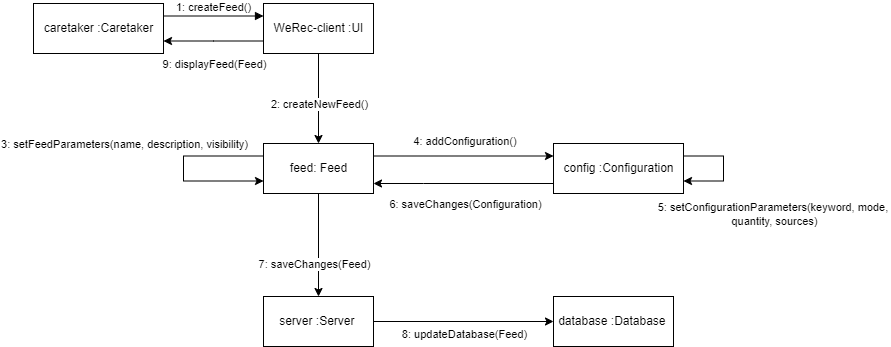
Earlier version of the draw.io export systemAnalysis/task6/cooperationDiagramCreateFeed.png (hse-wasd-team/werec). Source tidied: cells renumbered, new cells last; positions are measured from the earlier drawing's top-left corner, leaving out a move shared by most shapes. Its diagram source:
```xml
<mxGraphModel>
  <root>
    <mxCell id="0" />
    <mxCell id="1" parent="0" />
    <mxCell id="2" value="caretaker :Caretaker" style="html=1;fontColor=#000000;" parent="1" vertex="1">
      <mxGeometry width="130" height="50" as="geometry" />
    </mxCell>
    <mxCell id="3" style="edgeStyle=orthogonalEdgeStyle;rounded=0;jettySize=auto;html=1;fontColor=#000000;exitX=0.5;exitY=1;exitDx=0;exitDy=0;" parent="1" edge="1" source="7" target="10">
      <mxGeometry relative="1" as="geometry">
        <Array as="points">
          <mxPoint x="285" y="100" />
          <mxPoint x="285" y="100" />
        </Array>
      </mxGeometry>
    </mxCell>
    <mxCell id="4" value="2: createNewFeed()" style="edgeLabel;html=1;align=center;verticalAlign=middle;fontColor=#000000;" parent="3" vertex="1">
      <mxGeometry x="0.43" y="-1" relative="1" as="geometry">
        <mxPoint x="1" y="-15" as="offset" />
      </mxGeometry>
    </mxCell>
    <mxCell id="5" style="edgeStyle=orthogonalEdgeStyle;rounded=0;jettySize=auto;html=1;entryX=1;entryY=0.75;entryDx=0;entryDy=0;fontColor=#000000;" parent="1" edge="1" source="7" target="2">
      <mxGeometry relative="1" as="geometry">
        <Array as="points">
          <mxPoint x="180" y="38" />
        </Array>
      </mxGeometry>
    </mxCell>
    <mxCell id="6" value="9: displayFeed(Feed)" style="edgeLabel;html=1;align=center;verticalAlign=middle;points=[];fontColor=#000000;" parent="5" vertex="1">
      <mxGeometry x="-0.26" y="3" relative="1" as="geometry">
        <mxPoint x="-13" y="20" as="offset" />
      </mxGeometry>
    </mxCell>
    <mxCell id="7" value="WeRec-client :UI" style="html=1;fontColor=#000000;strokeColor=#000000;" parent="1" vertex="1">
      <mxGeometry x="230" width="110" height="50" as="geometry" />
    </mxCell>
    <mxCell id="8" style="edgeStyle=orthogonalEdgeStyle;rounded=0;jettySize=auto;html=1;entryX=0;entryY=0.25;entryDx=0;entryDy=0;fontColor=#000000;exitX=1;exitY=0.25;exitDx=0;exitDy=0;" parent="1" edge="1" source="10" target="14">
      <mxGeometry relative="1" as="geometry" />
    </mxCell>
    <mxCell id="9" value="4: addConfiguration()&amp;nbsp;" style="edgeLabel;html=1;align=center;verticalAlign=middle;points=[];fontColor=#000000;" parent="8" vertex="1">
      <mxGeometry x="0.3" relative="1" as="geometry">
        <mxPoint x="-25" y="-15" as="offset" />
      </mxGeometry>
    </mxCell>
    <mxCell id="10" value="feed: Feed" style="html=1;fontColor=#000000;" parent="1" vertex="1">
      <mxGeometry x="230" y="140" width="110" height="50" as="geometry" />
    </mxCell>
    <mxCell id="11" value="1: createFeed()" style="html=1;verticalAlign=bottom;endArrow=block;rounded=0;fontColor=#000000;exitX=1;exitY=0.25;exitDx=0;exitDy=0;entryX=0;entryY=0.25;entryDx=0;entryDy=0;" parent="1" edge="1" source="2" target="7">
      <mxGeometry relative="1" as="geometry" />
    </mxCell>
    <mxCell id="12" style="edgeStyle=orthogonalEdgeStyle;rounded=0;jettySize=auto;html=1;fontColor=#000000;" parent="1" edge="1" source="14" target="10">
      <mxGeometry relative="1" as="geometry">
        <Array as="points">
          <mxPoint x="390" y="180" />
          <mxPoint x="390" y="180" />
        </Array>
      </mxGeometry>
    </mxCell>
    <mxCell id="13" value="6: saveChanges(Configuration)" style="edgeLabel;html=1;align=center;verticalAlign=middle;fontColor=#000000;" parent="12" vertex="1">
      <mxGeometry x="0.19" y="1" relative="1" as="geometry">
        <mxPoint x="18" y="19" as="offset" />
      </mxGeometry>
    </mxCell>
    <mxCell id="14" value="config :Configuration" style="html=1;fontColor=#000000;" parent="1" vertex="1">
      <mxGeometry x="520" y="140" width="130" height="50" as="geometry" />
    </mxCell>
    <mxCell id="15" style="edgeStyle=orthogonalEdgeStyle;rounded=0;orthogonalLoop=1;jettySize=auto;html=1;entryX=0;entryY=0.75;entryDx=0;entryDy=0;fontColor=#000000;exitX=0;exitY=0.25;exitDx=0;exitDy=0;" parent="1" edge="1" source="10" target="10">
      <mxGeometry relative="1" as="geometry">
        <Array as="points">
          <mxPoint x="150" y="153" />
          <mxPoint x="150" y="178" />
        </Array>
      </mxGeometry>
    </mxCell>
    <mxCell id="16" value="3: setFeedParameters(name, description, visibility)" style="edgeLabel;html=1;align=center;verticalAlign=middle;fontColor=#000000;" parent="15" vertex="1">
      <mxGeometry x="-0.26" y="-1" relative="1" as="geometry">
        <mxPoint x="-71" y="-11" as="offset" />
      </mxGeometry>
    </mxCell>
    <mxCell id="17" style="edgeStyle=orthogonalEdgeStyle;rounded=0;orthogonalLoop=1;jettySize=auto;html=1;entryX=1;entryY=0.75;entryDx=0;entryDy=0;fontColor=#000000;exitX=1;exitY=0.25;exitDx=0;exitDy=0;" parent="1" edge="1" source="14" target="14">
      <mxGeometry relative="1" as="geometry">
        <Array as="points">
          <mxPoint x="690" y="153" />
          <mxPoint x="690" y="178" />
        </Array>
      </mxGeometry>
    </mxCell>
    <mxCell id="18" value="5: setConfigurationParameters(keyword, mode, &lt;br&gt;quantity, sources)" style="edgeLabel;html=1;align=center;verticalAlign=middle;fontColor=#000000;" parent="17" vertex="1">
      <mxGeometry x="-0.26" y="-1" relative="1" as="geometry">
        <mxPoint x="51" y="57" as="offset" />
      </mxGeometry>
    </mxCell>
    <mxCell id="19" style="edgeStyle=orthogonalEdgeStyle;rounded=0;jettySize=auto;html=1;entryX=0.5;entryY=0;entryDx=0;entryDy=0;fontColor=#000000;" parent="1" edge="1" target="23">
      <mxGeometry relative="1" as="geometry">
        <mxPoint x="285" y="190" as="sourcePoint" />
      </mxGeometry>
    </mxCell>
    <mxCell id="20" value="7: saveChanges(Feed)" style="edgeLabel;html=1;align=center;verticalAlign=middle;fontColor=#000000;" parent="19" vertex="1">
      <mxGeometry x="-0.26" y="-1" relative="1" as="geometry">
        <mxPoint x="-4" y="32" as="offset" />
      </mxGeometry>
    </mxCell>
    <mxCell id="21" style="edgeStyle=orthogonalEdgeStyle;rounded=0;jettySize=auto;html=1;entryX=0;entryY=0.5;entryDx=0;entryDy=0;fontColor=#000000;" parent="1" edge="1" source="23" target="24">
      <mxGeometry relative="1" as="geometry" />
    </mxCell>
    <mxCell id="22" value="8: updateDatabase(Feed)" style="edgeLabel;html=1;align=center;verticalAlign=middle;fontColor=#000000;" parent="21" vertex="1">
      <mxGeometry x="-0.32" y="2" relative="1" as="geometry">
        <mxPoint x="29" y="14" as="offset" />
      </mxGeometry>
    </mxCell>
    <mxCell id="23" value="server :Server&amp;nbsp;" style="html=1;fontColor=#000000;strokeColor=#000000;" parent="1" vertex="1">
      <mxGeometry x="230" y="293" width="110" height="50" as="geometry" />
    </mxCell>
    <mxCell id="24" value="database :Database&amp;nbsp;" style="html=1;fontColor=#000000;strokeColor=#000000;" parent="1" vertex="1">
      <mxGeometry x="520" y="293" width="120" height="50" as="geometry" />
    </mxCell>
  </root>
</mxGraphModel>
```
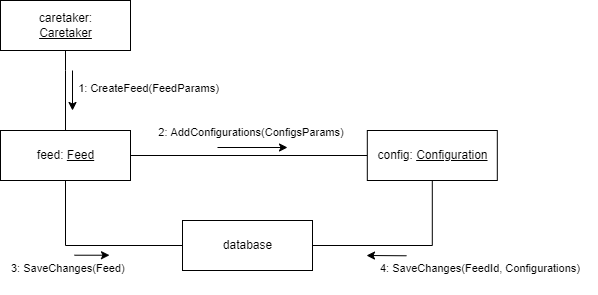
Above is the later version.

Commit message:
Upload updated diagrams for task6

The edit, as a diff of the source:
```diff
@@ -2,116 +2,78 @@
   <root>
     <mxCell id="0" />
     <mxCell id="1" parent="0" />
-    <mxCell id="2" value="caretaker :Caretaker" style="html=1;fontColor=#000000;" parent="1" vertex="1">
-      <mxGeometry width="130" height="50" as="geometry" />
+    <mxCell id="2" value="caretaker:&lt;br&gt;&lt;u&gt;Caretaker&lt;/u&gt;" style="html=1;fontColor=#000000;" parent="1" vertex="1">
+      <mxGeometry x="2230" y="10" width="130" height="50" as="geometry" />
     </mxCell>
-    <mxCell id="3" style="edgeStyle=orthogonalEdgeStyle;rounded=0;jettySize=auto;html=1;fontColor=#000000;exitX=0.5;exitY=1;exitDx=0;exitDy=0;" parent="1" edge="1" source="7" target="10">
+    <mxCell id="3" style="edgeStyle=orthogonalEdgeStyle;rounded=0;jettySize=auto;html=1;fontColor=#000000;exitX=0.5;exitY=1;exitDx=0;exitDy=0;endArrow=none;endFill=0;" parent="1" edge="1" source="2" target="6">
       <mxGeometry relative="1" as="geometry">
         <Array as="points">
-          <mxPoint x="285" y="100" />
-          <mxPoint x="285" y="100" />
+          <mxPoint x="2295" y="80" />
+          <mxPoint x="2295" y="80" />
         </Array>
       </mxGeometry>
     </mxCell>
-    <mxCell id="4" value="2: createNewFeed()" style="edgeLabel;html=1;align=center;verticalAlign=middle;fontColor=#000000;" parent="3" vertex="1">
-      <mxGeometry x="0.43" y="-1" relative="1" as="geometry">
-        <mxPoint x="1" y="-15" as="offset" />
-      </mxGeometry>
+    <mxCell id="4" style="edgeStyle=orthogonalEdgeStyle;rounded=0;jettySize=auto;html=1;entryX=0;entryY=0.5;entryDx=0;entryDy=0;endArrow=none;endFill=0;exitX=1;exitY=0.5;exitDx=0;exitDy=0;" parent="1" edge="1" source="6" target="8">
+      <mxGeometry relative="1" as="geometry" />
     </mxCell>
-    <mxCell id="5" style="edgeStyle=orthogonalEdgeStyle;rounded=0;jettySize=auto;html=1;entryX=1;entryY=0.75;entryDx=0;entryDy=0;fontColor=#000000;" parent="1" edge="1" source="7" target="2">
+    <mxCell id="5" style="edgeStyle=orthogonalEdgeStyle;rounded=0;jettySize=auto;html=1;entryX=0;entryY=0.5;entryDx=0;entryDy=0;endArrow=none;endFill=0;" parent="1" edge="1" source="6" target="9">
       <mxGeometry relative="1" as="geometry">
         <Array as="points">
-          <mxPoint x="180" y="38" />
+          <mxPoint x="2295" y="255" />
         </Array>
       </mxGeometry>
     </mxCell>
-    <mxCell id="6" value="9: displayFeed(Feed)" style="edgeLabel;html=1;align=center;verticalAlign=middle;points=[];fontColor=#000000;" parent="5" vertex="1">
-      <mxGeometry x="-0.26" y="3" relative="1" as="geometry">
-        <mxPoint x="-13" y="20" as="offset" />
-      </mxGeometry>
+    <mxCell id="6" value="feed: &lt;u&gt;Feed&lt;/u&gt;" style="html=1;fontColor=#000000;" parent="1" vertex="1">
+      <mxGeometry x="2230" y="140" width="130" height="50" as="geometry" />
     </mxCell>
-    <mxCell id="7" value="WeRec-client :UI" style="html=1;fontColor=#000000;strokeColor=#000000;" parent="1" vertex="1">
-      <mxGeometry x="230" width="110" height="50" as="geometry" />
+    <mxCell id="7" style="edgeStyle=orthogonalEdgeStyle;rounded=0;jettySize=auto;html=1;entryX=1;entryY=0.5;entryDx=0;entryDy=0;endArrow=none;endFill=0;" parent="1" edge="1" source="8" target="9">
+      <mxGeometry relative="1" as="geometry">
+        <Array as="points">
+          <mxPoint x="2661.8" y="255" />
+        </Array>
+      </mxGeometry>
     </mxCell>
-    <mxCell id="8" style="edgeStyle=orthogonalEdgeStyle;rounded=0;jettySize=auto;html=1;entryX=0;entryY=0.25;entryDx=0;entryDy=0;fontColor=#000000;exitX=1;exitY=0.25;exitDx=0;exitDy=0;" parent="1" edge="1" source="10" target="14">
-      <mxGeometry relative="1" as="geometry" />
+    <mxCell id="8" value="config: &lt;u&gt;Configuration&lt;/u&gt;" style="html=1;fontColor=#000000;" parent="1" vertex="1">
+      <mxGeometry x="2596.8" y="140" width="130" height="50" as="geometry" />
     </mxCell>
-    <mxCell id="9" value="4: addConfiguration()&amp;nbsp;" style="edgeLabel;html=1;align=center;verticalAlign=middle;points=[];fontColor=#000000;" parent="8" vertex="1">
-      <mxGeometry x="0.3" relative="1" as="geometry">
-        <mxPoint x="-25" y="-15" as="offset" />
-      </mxGeometry>
+    <mxCell id="9" value="database" style="html=1;fontColor=#000000;strokeColor=#000000;" parent="1" vertex="1">
+      <mxGeometry x="2412" y="230" width="130" height="50" as="geometry" />
     </mxCell>
-    <mxCell id="10" value="feed: Feed" style="html=1;fontColor=#000000;" parent="1" vertex="1">
-      <mxGeometry x="230" y="140" width="110" height="50" as="geometry" />
+    <mxCell id="10" value="1: CreateFeed(FeedParams)" style="edgeLabel;html=1;align=center;verticalAlign=middle;points=[];fontColor=#000000;" parent="1" vertex="1">
+      <mxGeometry x="2377" y="98" as="geometry" />
     </mxCell>
-    <mxCell id="11" value="1: createFeed()" style="html=1;verticalAlign=bottom;endArrow=block;rounded=0;fontColor=#000000;exitX=1;exitY=0.25;exitDx=0;exitDy=0;entryX=0;entryY=0.25;entryDx=0;entryDy=0;" parent="1" edge="1" source="2" target="7">
-      <mxGeometry relative="1" as="geometry" />
+    <mxCell id="11" style="endArrow=classic;html=1;rounded=0;" parent="1" edge="1">
+      <mxGeometry relative="1" as="geometry">
+        <mxPoint x="2302" y="80" as="sourcePoint" />
+        <mxPoint x="2302" y="120" as="targetPoint" />
+      </mxGeometry>
     </mxCell>
-    <mxCell id="12" style="edgeStyle=orthogonalEdgeStyle;rounded=0;jettySize=auto;html=1;fontColor=#000000;" parent="1" edge="1" source="14" target="10">
-      <mxGeometry relative="1" as="geometry">
-        <Array as="points">
-          <mxPoint x="390" y="180" />
-          <mxPoint x="390" y="180" />
-        </Array>
-      </mxGeometry>
+    <mxCell id="12" value="&lt;span style=&quot;font-size: 11px; background-color: rgb(255, 255, 255);&quot;&gt;2: AddConfigurations(ConfigsParams)&amp;nbsp;&lt;/span&gt;" style="text;html=1;align=center;verticalAlign=middle;strokeColor=none;fillColor=none;" parent="1" vertex="1">
+      <mxGeometry x="2377" y="127" width="210" height="30" as="geometry" />
     </mxCell>
-    <mxCell id="13" value="6: saveChanges(Configuration)" style="edgeLabel;html=1;align=center;verticalAlign=middle;fontColor=#000000;" parent="12" vertex="1">
-      <mxGeometry x="0.19" y="1" relative="1" as="geometry">
-        <mxPoint x="18" y="19" as="offset" />
-      </mxGeometry>
+    <mxCell id="13" value="&lt;span style=&quot;color: rgb(0, 0, 0); font-family: Helvetica; font-size: 11px; font-style: normal; font-variant-ligatures: normal; font-variant-caps: normal; font-weight: 400; letter-spacing: normal; orphans: 2; text-align: center; text-indent: 0px; text-transform: none; widows: 2; word-spacing: 0px; -webkit-text-stroke-width: 0px; background-color: rgb(255, 255, 255); text-decoration-thickness: initial; text-decoration-style: initial; text-decoration-color: initial; float: none; display: inline !important;&quot;&gt;3: SaveChanges(Feed)&lt;/span&gt;" style="text;whiteSpace=wrap;html=1;" parent="1" vertex="1">
+      <mxGeometry x="2239" y="264" width="150" height="40" as="geometry" />
     </mxCell>
-    <mxCell id="14" value="config :Configuration" style="html=1;fontColor=#000000;" parent="1" vertex="1">
-      <mxGeometry x="520" y="140" width="130" height="50" as="geometry" />
+    <mxCell id="14" style="endArrow=classic;html=1;rounded=0;" parent="1" edge="1">
+      <mxGeometry relative="1" as="geometry">
+        <mxPoint x="2447" y="157" as="sourcePoint" />
+        <mxPoint x="2517" y="157" as="targetPoint" />
+      </mxGeometry>
     </mxCell>
-    <mxCell id="15" style="edgeStyle=orthogonalEdgeStyle;rounded=0;orthogonalLoop=1;jettySize=auto;html=1;entryX=0;entryY=0.75;entryDx=0;entryDy=0;fontColor=#000000;exitX=0;exitY=0.25;exitDx=0;exitDy=0;" parent="1" edge="1" source="10" target="10">
+    <mxCell id="15" style="endArrow=classic;html=1;rounded=0;" parent="1" edge="1">
       <mxGeometry relative="1" as="geometry">
-        <Array as="points">
-          <mxPoint x="150" y="153" />
-          <mxPoint x="150" y="178" />
-        </Array>
+        <mxPoint x="2304" y="264.7" as="sourcePoint" />
+        <mxPoint x="2339" y="264.7" as="targetPoint" />
       </mxGeometry>
     </mxCell>
-    <mxCell id="16" value="3: setFeedParameters(name, description, visibility)" style="edgeLabel;html=1;align=center;verticalAlign=middle;fontColor=#000000;" parent="15" vertex="1">
-      <mxGeometry x="-0.26" y="-1" relative="1" as="geometry">
-        <mxPoint x="-71" y="-11" as="offset" />
-      </mxGeometry>
+    <mxCell id="16" value="&lt;span style=&quot;color: rgb(0, 0, 0); font-family: Helvetica; font-size: 11px; font-style: normal; font-variant-ligatures: normal; font-variant-caps: normal; font-weight: 400; letter-spacing: normal; orphans: 2; text-align: center; text-indent: 0px; text-transform: none; widows: 2; word-spacing: 0px; -webkit-text-stroke-width: 0px; background-color: rgb(255, 255, 255); text-decoration-thickness: initial; text-decoration-style: initial; text-decoration-color: initial; float: none; display: inline !important;&quot;&gt;4: SaveChanges(FeedId, Configurations)&lt;/span&gt;" style="text;whiteSpace=wrap;html=1;" parent="1" vertex="1">
+      <mxGeometry x="2608" y="264" width="219" height="40" as="geometry" />
     </mxCell>
-    <mxCell id="17" style="edgeStyle=orthogonalEdgeStyle;rounded=0;orthogonalLoop=1;jettySize=auto;html=1;entryX=1;entryY=0.75;entryDx=0;entryDy=0;fontColor=#000000;exitX=1;exitY=0.25;exitDx=0;exitDy=0;" parent="1" edge="1" source="14" target="14">
+    <mxCell id="17" style="endArrow=classic;html=1;rounded=0;" parent="1" edge="1">
       <mxGeometry relative="1" as="geometry">
-        <Array as="points">
-          <mxPoint x="690" y="153" />
-          <mxPoint x="690" y="178" />
-        </Array>
+        <mxPoint x="2636" y="265.3" as="sourcePoint" />
+        <mxPoint x="2596" y="265" as="targetPoint" />
       </mxGeometry>
     </mxCell>
-    <mxCell id="18" value="5: setConfigurationParameters(keyword, mode, &lt;br&gt;quantity, sources)" style="edgeLabel;html=1;align=center;verticalAlign=middle;fontColor=#000000;" parent="17" vertex="1">
-      <mxGeometry x="-0.26" y="-1" relative="1" as="geometry">
-        <mxPoint x="51" y="57" as="offset" />
-      </mxGeometry>
-    </mxCell>
-    <mxCell id="19" style="edgeStyle=orthogonalEdgeStyle;rounded=0;jettySize=auto;html=1;entryX=0.5;entryY=0;entryDx=0;entryDy=0;fontColor=#000000;" parent="1" edge="1" target="23">
-      <mxGeometry relative="1" as="geometry">
-        <mxPoint x="285" y="190" as="sourcePoint" />
-      </mxGeometry>
-    </mxCell>
-    <mxCell id="20" value="7: saveChanges(Feed)" style="edgeLabel;html=1;align=center;verticalAlign=middle;fontColor=#000000;" parent="19" vertex="1">
-      <mxGeometry x="-0.26" y="-1" relative="1" as="geometry">
-        <mxPoint x="-4" y="32" as="offset" />
-      </mxGeometry>
-    </mxCell>
-    <mxCell id="21" style="edgeStyle=orthogonalEdgeStyle;rounded=0;jettySize=auto;html=1;entryX=0;entryY=0.5;entryDx=0;entryDy=0;fontColor=#000000;" parent="1" edge="1" source="23" target="24">
-      <mxGeometry relative="1" as="geometry" />
-    </mxCell>
-    <mxCell id="22" value="8: updateDatabase(Feed)" style="edgeLabel;html=1;align=center;verticalAlign=middle;fontColor=#000000;" parent="21" vertex="1">
-      <mxGeometry x="-0.32" y="2" relative="1" as="geometry">
-        <mxPoint x="29" y="14" as="offset" />
-      </mxGeometry>
-    </mxCell>
-    <mxCell id="23" value="server :Server&amp;nbsp;" style="html=1;fontColor=#000000;strokeColor=#000000;" parent="1" vertex="1">
-      <mxGeometry x="230" y="293" width="110" height="50" as="geometry" />
-    </mxCell>
-    <mxCell id="24" value="database :Database&amp;nbsp;" style="html=1;fontColor=#000000;strokeColor=#000000;" parent="1" vertex="1">
-      <mxGeometry x="520" y="293" width="120" height="50" as="geometry" />
-    </mxCell>
   </root>
 </mxGraphModel>
```
